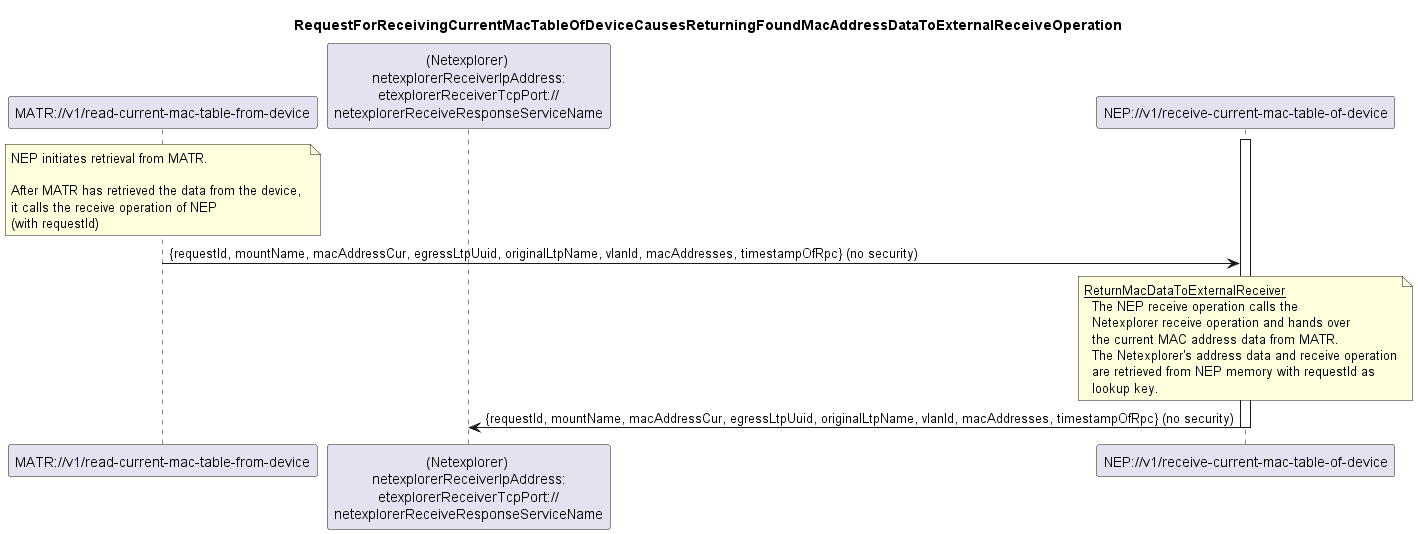
openBackhaul/NetExplorerProxy keeps this PlantUML diagram as spec/diagrams/003_ReceiveCurrentMacTableOfDevice.png. Above is the earlier version.
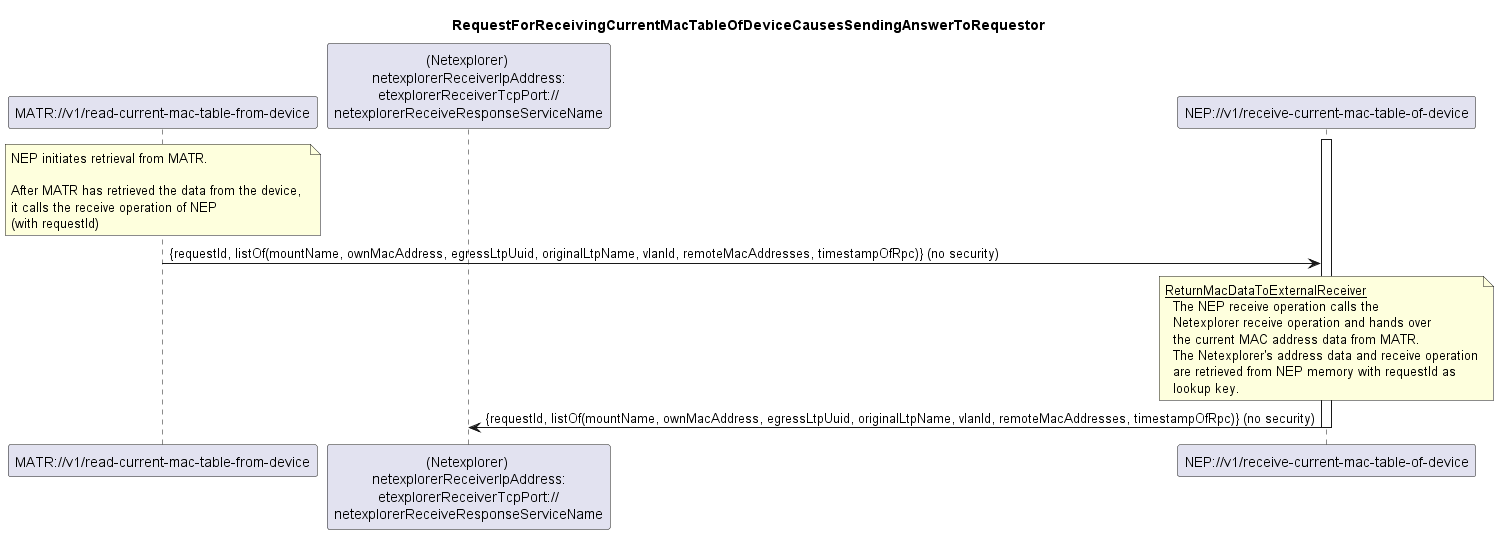
Above is the later version.

What changed in the source:
```diff
@@ -2,7 +2,7 @@
 skinparam responseMessageBelowArrow true
 
 title
-  RequestForReceivingCurrentMacTableOfDeviceCausesReturningFoundMacAddressDataToExternalReceiveOperation
+  RequestForReceivingCurrentMacTableOfDeviceCausesSendingAnswerToRequestor
 end title
 
 participant "MATR://v1/read-current-mac-table-from-device" as matr
@@ -18,7 +18,7 @@
   it calls the receive operation of NEP
   (with requestId)
 end note
-matr -> nep: {requestId, mountName, macAddressCur, egressLtpUuid, originalLtpName, vlanId, macAddresses, timestampOfRpc} (no security)
+matr -> nep: {requestId, listOf(mountName, ownMacAddress, egressLtpUuid, originalLtpName, vlanId, remoteMacAddresses, timestampOfRpc)} (no security)
 
 
 note over nep
@@ -30,7 +30,7 @@
     are retrieved from NEP memory with requestId as
     lookup key.
 end note
-nep -> receiver: {requestId, mountName, macAddressCur, egressLtpUuid, originalLtpName, vlanId, macAddresses, timestampOfRpc} (no security)
+nep -> receiver: {requestId, listOf(mountName, ownMacAddress, egressLtpUuid, originalLtpName, vlanId, remoteMacAddresses, timestampOfRpc)} (no security)
 
 
 deactivate nep
```
